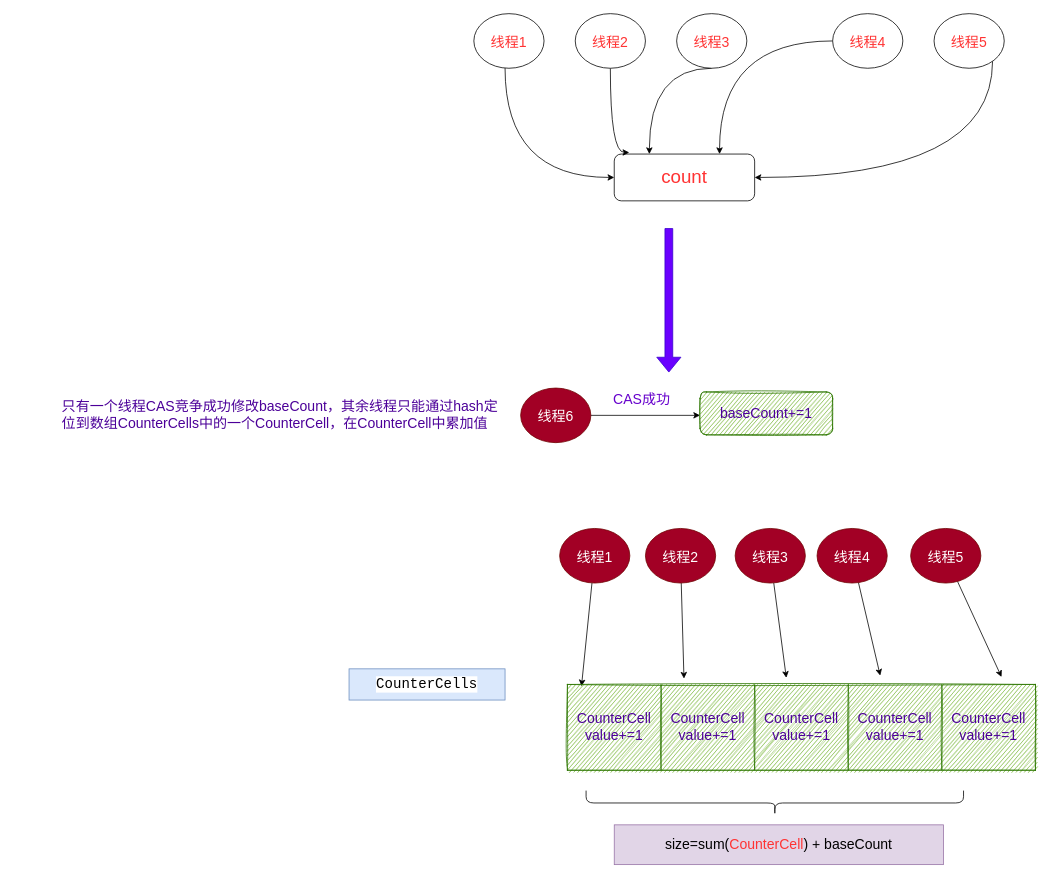
Above: page "4" (3 of 3) of thread/concurrentHashMap-addCount.drawio in mydlxy/draw (draw.io), before the change. Source tidied: cells renumbered, new cells numbered last; positions are measured from the earlier drawing's top-left corner, leaving out a move shared by most shapes. Both pictures are drawn from the tidied source at 78%, with x=0, y=0 at pixel (60, 13).
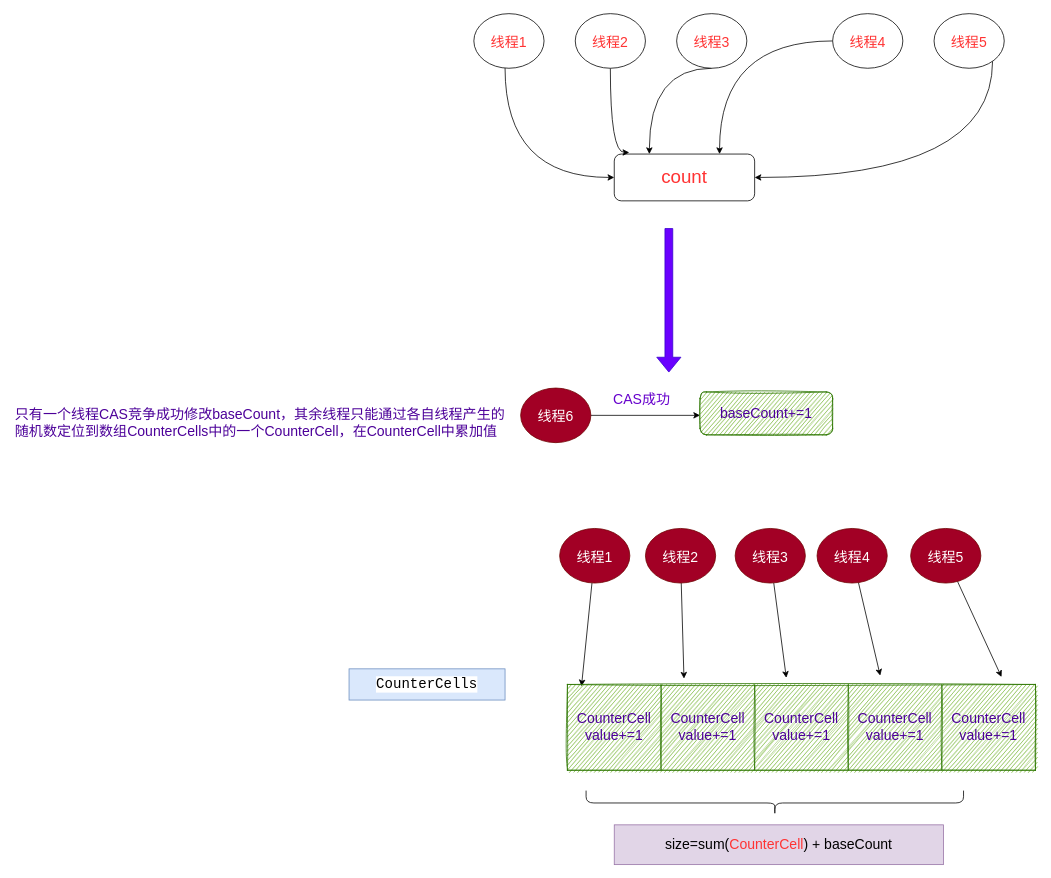
After the change.

Change to the diagram source:
```diff
@@
-    <mxCell id="38" value="只有一个线程CAS竞争成功修改baseCount，其余线程只能通过hash定位到数组CounterCells中的一个CounterCell，在CounterCell中累加值" style="text;html=1;strokeColor=none;fillColor=none;align=left;verticalAlign=middle;whiteSpace=wrap;rounded=0;shadow=0;sketch=1;fontSize=18;fontColor=#4C0099;" parent="1" vertex="1">
-      <mxGeometry y="470" width="577" height="90" as="geometry" />
+    <mxCell id="38" value="只有一个线程CAS竞争成功修改baseCount，其余线程只能通过各自线程产生的随机数定位到数组CounterCells中的一个CounterCell，在CounterCell中累加值" style="text;html=1;strokeColor=none;fillColor=none;align=left;verticalAlign=middle;whiteSpace=wrap;rounded=0;shadow=0;sketch=1;fontSize=18;fontColor=#4C0099;" parent="1" vertex="1">
+      <mxGeometry x="-60" y="490" width="637" height="70" as="geometry" />
     </mxCell>
```
